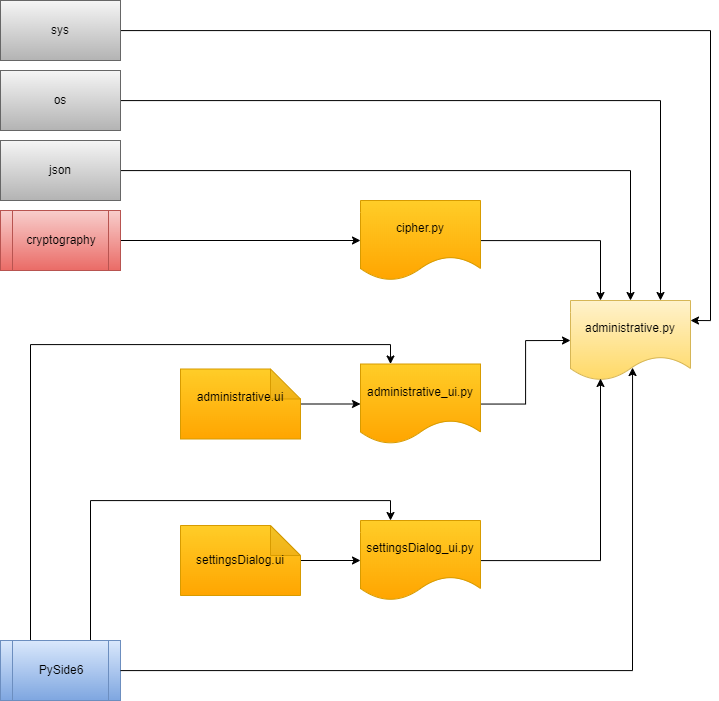
Earlier version of the draw.io export docs/pictures/Riippuvuudet-Moduulit.drawio.png (katalav/Autolainaus). Source tidied: cells renumbered, new cells last; positions are measured from the earlier drawing's top-left corner, leaving out a move shared by most shapes. The source it was exported from:
```xml
<mxGraphModel>
  <root>
    <mxCell id="0" />
    <mxCell id="1" parent="0" />
    <mxCell id="2" style="edgeStyle=orthogonalEdgeStyle;rounded=0;jettySize=auto;html=1;entryX=0;entryY=0.5;entryDx=0;entryDy=0;" parent="1" edge="1" source="3" target="12">
      <mxGeometry relative="1" as="geometry" />
    </mxCell>
    <mxCell id="3" value="cryptography" style="shape=process;whiteSpace=wrap;html=1;backgroundOutline=1;fillColor=#f8cecc;gradientColor=#ea6b66;strokeColor=#b85450;" parent="1" vertex="1">
      <mxGeometry y="210" width="120" height="60" as="geometry" />
    </mxCell>
    <mxCell id="4" style="edgeStyle=orthogonalEdgeStyle;rounded=0;jettySize=auto;html=1;entryX=0.5;entryY=0;entryDx=0;entryDy=0;" parent="1" edge="1" source="5" target="6">
      <mxGeometry relative="1" as="geometry" />
    </mxCell>
    <mxCell id="5" value="json" style="rounded=0;whiteSpace=wrap;html=1;fillColor=#f5f5f5;gradientColor=#b3b3b3;strokeColor=#666666;" parent="1" vertex="1">
      <mxGeometry y="140" width="120" height="60" as="geometry" />
    </mxCell>
    <mxCell id="6" value="administrative.py" style="shape=document;whiteSpace=wrap;html=1;boundedLbl=1;fillColor=#fff2cc;strokeColor=#d6b656;gradientColor=#ffd966;" parent="1" vertex="1">
      <mxGeometry x="570" y="300" width="120" height="80" as="geometry" />
    </mxCell>
    <mxCell id="7" style="edgeStyle=orthogonalEdgeStyle;rounded=0;jettySize=auto;html=1;entryX=0;entryY=0.5;entryDx=0;entryDy=0;" parent="1" edge="1" source="8" target="6">
      <mxGeometry relative="1" as="geometry" />
    </mxCell>
    <mxCell id="8" value="administrative_ui.py" style="shape=document;whiteSpace=wrap;html=1;boundedLbl=1;fillColor=#ffcd28;strokeColor=#d79b00;gradientColor=#ffa500;" parent="1" vertex="1">
      <mxGeometry x="360" y="363.5" width="120" height="80" as="geometry" />
    </mxCell>
    <mxCell id="9" style="edgeStyle=orthogonalEdgeStyle;rounded=0;jettySize=auto;html=1;entryX=0;entryY=0.5;entryDx=0;entryDy=0;" parent="1" edge="1" source="10" target="8">
      <mxGeometry relative="1" as="geometry" />
    </mxCell>
    <mxCell id="10" value="administrative.ui&lt;div&gt;&lt;br&gt;&lt;/div&gt;" style="shape=note;whiteSpace=wrap;html=1;backgroundOutline=1;darkOpacity=0.05;fillColor=#ffcd28;gradientColor=#ffa500;strokeColor=#d79b00;" parent="1" vertex="1">
      <mxGeometry x="180" y="368.5" width="120" height="70" as="geometry" />
    </mxCell>
    <mxCell id="11" style="edgeStyle=orthogonalEdgeStyle;rounded=0;jettySize=auto;html=1;entryX=0.25;entryY=0;entryDx=0;entryDy=0;" parent="1" edge="1" source="12" target="6">
      <mxGeometry relative="1" as="geometry" />
    </mxCell>
    <mxCell id="12" value="cipher.py" style="shape=document;whiteSpace=wrap;html=1;boundedLbl=1;fillColor=#ffcd28;strokeColor=#d79b00;gradientColor=#ffa500;" parent="1" vertex="1">
      <mxGeometry x="360" y="200" width="120" height="80" as="geometry" />
    </mxCell>
    <mxCell id="13" style="edgeStyle=orthogonalEdgeStyle;rounded=0;jettySize=auto;html=1;entryX=0;entryY=0.5;entryDx=0;entryDy=0;" parent="1" edge="1" source="14" target="24">
      <mxGeometry relative="1" as="geometry" />
    </mxCell>
    <mxCell id="14" value="settingsDialog.ui" style="shape=note;whiteSpace=wrap;html=1;backgroundOutline=1;darkOpacity=0.05;fillColor=#ffcd28;gradientColor=#ffa500;strokeColor=#d79b00;" parent="1" vertex="1">
      <mxGeometry x="180" y="525" width="120" height="70" as="geometry" />
    </mxCell>
    <mxCell id="15" style="edgeStyle=orthogonalEdgeStyle;rounded=0;jettySize=auto;html=1;entryX=0.25;entryY=0.975;entryDx=0;entryDy=0;entryPerimeter=0;" parent="1" edge="1" source="24" target="6">
      <mxGeometry relative="1" as="geometry" />
    </mxCell>
    <mxCell id="16" style="edgeStyle=orthogonalEdgeStyle;rounded=0;jettySize=auto;html=1;entryX=0.75;entryY=0;entryDx=0;entryDy=0;" parent="1" edge="1" source="17" target="6">
      <mxGeometry relative="1" as="geometry" />
    </mxCell>
    <mxCell id="17" value="os" style="rounded=0;whiteSpace=wrap;html=1;fillColor=#f5f5f5;gradientColor=#b3b3b3;strokeColor=#666666;" parent="1" vertex="1">
      <mxGeometry y="70" width="120" height="60" as="geometry" />
    </mxCell>
    <mxCell id="18" style="edgeStyle=orthogonalEdgeStyle;rounded=0;jettySize=auto;html=1;entryX=1;entryY=0.25;entryDx=0;entryDy=0;" parent="1" edge="1" source="19" target="6">
      <mxGeometry relative="1" as="geometry" />
    </mxCell>
    <mxCell id="19" value="sys" style="rounded=0;whiteSpace=wrap;html=1;fillColor=#f5f5f5;gradientColor=#b3b3b3;strokeColor=#666666;" parent="1" vertex="1">
      <mxGeometry width="120" height="60" as="geometry" />
    </mxCell>
    <mxCell id="20" style="edgeStyle=orthogonalEdgeStyle;rounded=0;jettySize=auto;html=1;entryX=0.25;entryY=0;entryDx=0;entryDy=0;" parent="1" edge="1" source="22" target="8">
      <mxGeometry relative="1" as="geometry">
        <Array as="points">
          <mxPoint x="30" y="344" />
          <mxPoint x="390" y="344" />
        </Array>
      </mxGeometry>
    </mxCell>
    <mxCell id="21" style="edgeStyle=orthogonalEdgeStyle;rounded=0;jettySize=auto;html=1;entryX=0.25;entryY=0;entryDx=0;entryDy=0;" parent="1" edge="1" source="22" target="24">
      <mxGeometry relative="1" as="geometry">
        <Array as="points">
          <mxPoint x="90" y="500" />
          <mxPoint x="390" y="500" />
        </Array>
      </mxGeometry>
    </mxCell>
    <mxCell id="22" value="PySide6" style="shape=process;whiteSpace=wrap;html=1;backgroundOutline=1;fillColor=#dae8fc;gradientColor=#7ea6e0;strokeColor=#6c8ebf;" parent="1" vertex="1">
      <mxGeometry y="640" width="120" height="60" as="geometry" />
    </mxCell>
    <mxCell id="23" style="edgeStyle=orthogonalEdgeStyle;rounded=0;jettySize=auto;html=1;entryX=0.517;entryY=0.838;entryDx=0;entryDy=0;entryPerimeter=0;" parent="1" edge="1" source="22" target="6">
      <mxGeometry relative="1" as="geometry" />
    </mxCell>
    <mxCell id="24" value="settingsDialog_ui.py" style="shape=document;whiteSpace=wrap;html=1;boundedLbl=1;fillColor=#ffcd28;strokeColor=#d79b00;gradientColor=#ffa500;" parent="1" vertex="1">
      <mxGeometry x="360" y="520" width="120" height="80" as="geometry" />
    </mxCell>
  </root>
</mxGraphModel>
```
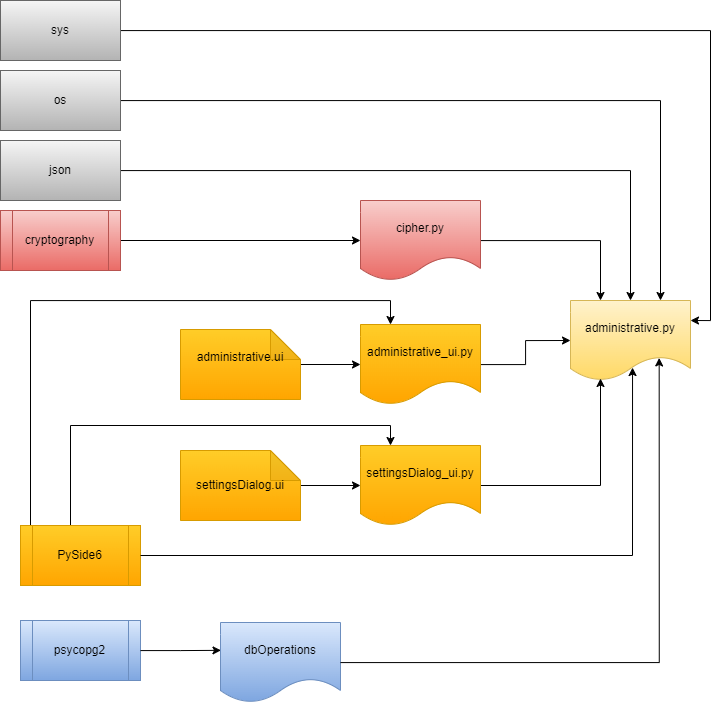
After the change.

Commit message:
Lisätty tietokanta moduulit kuvaan

Diff of the diagram source:
```diff
@@ -21,65 +21,77 @@
       <mxGeometry relative="1" as="geometry" />
     </mxCell>
     <mxCell id="8" value="administrative_ui.py" style="shape=document;whiteSpace=wrap;html=1;boundedLbl=1;fillColor=#ffcd28;strokeColor=#d79b00;gradientColor=#ffa500;" parent="1" vertex="1">
-      <mxGeometry x="360" y="363.5" width="120" height="80" as="geometry" />
+      <mxGeometry x="360" y="324" width="120" height="80" as="geometry" />
     </mxCell>
     <mxCell id="9" style="edgeStyle=orthogonalEdgeStyle;rounded=0;jettySize=auto;html=1;entryX=0;entryY=0.5;entryDx=0;entryDy=0;" parent="1" edge="1" source="10" target="8">
       <mxGeometry relative="1" as="geometry" />
     </mxCell>
     <mxCell id="10" value="administrative.ui&lt;div&gt;&lt;br&gt;&lt;/div&gt;" style="shape=note;whiteSpace=wrap;html=1;backgroundOutline=1;darkOpacity=0.05;fillColor=#ffcd28;gradientColor=#ffa500;strokeColor=#d79b00;" parent="1" vertex="1">
-      <mxGeometry x="180" y="368.5" width="120" height="70" as="geometry" />
+      <mxGeometry x="180" y="329" width="120" height="70" as="geometry" />
     </mxCell>
     <mxCell id="11" style="edgeStyle=orthogonalEdgeStyle;rounded=0;jettySize=auto;html=1;entryX=0.25;entryY=0;entryDx=0;entryDy=0;" parent="1" edge="1" source="12" target="6">
       <mxGeometry relative="1" as="geometry" />
     </mxCell>
-    <mxCell id="12" value="cipher.py" style="shape=document;whiteSpace=wrap;html=1;boundedLbl=1;fillColor=#ffcd28;strokeColor=#d79b00;gradientColor=#ffa500;" parent="1" vertex="1">
+    <mxCell id="12" value="cipher.py" style="shape=document;whiteSpace=wrap;html=1;boundedLbl=1;fillColor=#f8cecc;strokeColor=#b85450;gradientColor=#ea6b66;" parent="1" vertex="1">
       <mxGeometry x="360" y="200" width="120" height="80" as="geometry" />
     </mxCell>
-    <mxCell id="13" style="edgeStyle=orthogonalEdgeStyle;rounded=0;jettySize=auto;html=1;entryX=0;entryY=0.5;entryDx=0;entryDy=0;" parent="1" edge="1" source="14" target="24">
+    <mxCell id="13" style="edgeStyle=orthogonalEdgeStyle;rounded=0;jettySize=auto;html=1;entryX=0;entryY=0.5;entryDx=0;entryDy=0;" parent="1" edge="1" source="24" target="23">
       <mxGeometry relative="1" as="geometry" />
     </mxCell>
-    <mxCell id="14" value="settingsDialog.ui" style="shape=note;whiteSpace=wrap;html=1;backgroundOutline=1;darkOpacity=0.05;fillColor=#ffcd28;gradientColor=#ffa500;strokeColor=#d79b00;" parent="1" vertex="1">
-      <mxGeometry x="180" y="525" width="120" height="70" as="geometry" />
+    <mxCell id="14" style="edgeStyle=orthogonalEdgeStyle;rounded=0;jettySize=auto;html=1;entryX=0.25;entryY=0.975;entryDx=0;entryDy=0;entryPerimeter=0;" parent="1" edge="1" source="23" target="6">
+      <mxGeometry relative="1" as="geometry" />
     </mxCell>
-    <mxCell id="15" style="edgeStyle=orthogonalEdgeStyle;rounded=0;jettySize=auto;html=1;entryX=0.25;entryY=0.975;entryDx=0;entryDy=0;entryPerimeter=0;" parent="1" edge="1" source="24" target="6">
+    <mxCell id="15" style="edgeStyle=orthogonalEdgeStyle;rounded=0;jettySize=auto;html=1;entryX=0.75;entryY=0;entryDx=0;entryDy=0;" parent="1" edge="1" source="16" target="6">
       <mxGeometry relative="1" as="geometry" />
     </mxCell>
-    <mxCell id="16" style="edgeStyle=orthogonalEdgeStyle;rounded=0;jettySize=auto;html=1;entryX=0.75;entryY=0;entryDx=0;entryDy=0;" parent="1" edge="1" source="17" target="6">
-      <mxGeometry relative="1" as="geometry" />
+    <mxCell id="16" value="os" style="rounded=0;whiteSpace=wrap;html=1;fillColor=#f5f5f5;gradientColor=#b3b3b3;strokeColor=#666666;" parent="1" vertex="1">
+      <mxGeometry y="70" width="120" height="60" as="geometry" />
     </mxCell>
-    <mxCell id="17" value="os" style="rounded=0;whiteSpace=wrap;html=1;fillColor=#f5f5f5;gradientColor=#b3b3b3;strokeColor=#666666;" parent="1" vertex="1">
-      <mxGeometry y="70" width="120" height="60" as="geometry" />
+    <mxCell id="17" style="edgeStyle=orthogonalEdgeStyle;rounded=0;jettySize=auto;html=1;entryX=1;entryY=0.25;entryDx=0;entryDy=0;" parent="1" edge="1" source="18" target="6">
+      <mxGeometry relative="1" as="geometry" />
     </mxCell>
-    <mxCell id="18" style="edgeStyle=orthogonalEdgeStyle;rounded=0;jettySize=auto;html=1;entryX=1;entryY=0.25;entryDx=0;entryDy=0;" parent="1" edge="1" source="19" target="6">
-      <mxGeometry relative="1" as="geometry" />
+    <mxCell id="18" value="sys" style="rounded=0;whiteSpace=wrap;html=1;fillColor=#f5f5f5;gradientColor=#b3b3b3;strokeColor=#666666;" parent="1" vertex="1">
+      <mxGeometry width="120" height="60" as="geometry" />
     </mxCell>
-    <mxCell id="19" value="sys" style="rounded=0;whiteSpace=wrap;html=1;fillColor=#f5f5f5;gradientColor=#b3b3b3;strokeColor=#666666;" parent="1" vertex="1">
-      <mxGeometry width="120" height="60" as="geometry" />
+    <mxCell id="19" style="edgeStyle=orthogonalEdgeStyle;rounded=0;jettySize=auto;html=1;entryX=0.25;entryY=0;entryDx=0;entryDy=0;" parent="1" edge="1" source="21" target="8">
+      <mxGeometry relative="1" as="geometry">
+        <Array as="points">
+          <mxPoint x="30" y="300" />
+          <mxPoint x="390" y="300" />
+        </Array>
+      </mxGeometry>
     </mxCell>
-    <mxCell id="20" style="edgeStyle=orthogonalEdgeStyle;rounded=0;jettySize=auto;html=1;entryX=0.25;entryY=0;entryDx=0;entryDy=0;" parent="1" edge="1" source="22" target="8">
+    <mxCell id="20" style="edgeStyle=orthogonalEdgeStyle;rounded=0;jettySize=auto;html=1;entryX=0.25;entryY=0;entryDx=0;entryDy=0;" parent="1" edge="1" source="21" target="23">
       <mxGeometry relative="1" as="geometry">
         <Array as="points">
-          <mxPoint x="30" y="344" />
-          <mxPoint x="390" y="344" />
+          <mxPoint x="70" y="425" />
+          <mxPoint x="390" y="425" />
         </Array>
       </mxGeometry>
     </mxCell>
-    <mxCell id="21" style="edgeStyle=orthogonalEdgeStyle;rounded=0;jettySize=auto;html=1;entryX=0.25;entryY=0;entryDx=0;entryDy=0;" parent="1" edge="1" source="22" target="24">
-      <mxGeometry relative="1" as="geometry">
-        <Array as="points">
-          <mxPoint x="90" y="500" />
-          <mxPoint x="390" y="500" />
-        </Array>
-      </mxGeometry>
+    <mxCell id="21" value="PySide6" style="shape=process;whiteSpace=wrap;html=1;backgroundOutline=1;fillColor=#ffcd28;gradientColor=#ffa500;strokeColor=#d79b00;" parent="1" vertex="1">
+      <mxGeometry x="20" y="525" width="120" height="60" as="geometry" />
     </mxCell>
-    <mxCell id="22" value="PySide6" style="shape=process;whiteSpace=wrap;html=1;backgroundOutline=1;fillColor=#dae8fc;gradientColor=#7ea6e0;strokeColor=#6c8ebf;" parent="1" vertex="1">
-      <mxGeometry y="640" width="120" height="60" as="geometry" />
+    <mxCell id="22" style="edgeStyle=orthogonalEdgeStyle;rounded=0;jettySize=auto;html=1;entryX=0.517;entryY=0.838;entryDx=0;entryDy=0;entryPerimeter=0;" parent="1" edge="1" source="21" target="6">
+      <mxGeometry relative="1" as="geometry" />
     </mxCell>
-    <mxCell id="23" style="edgeStyle=orthogonalEdgeStyle;rounded=0;jettySize=auto;html=1;entryX=0.517;entryY=0.838;entryDx=0;entryDy=0;entryPerimeter=0;" parent="1" edge="1" source="22" target="6">
-      <mxGeometry relative="1" as="geometry" />
+    <mxCell id="23" value="settingsDialog_ui.py" style="shape=document;whiteSpace=wrap;html=1;boundedLbl=1;fillColor=#ffcd28;strokeColor=#d79b00;gradientColor=#ffa500;" parent="1" vertex="1">
+      <mxGeometry x="360" y="445" width="120" height="80" as="geometry" />
     </mxCell>
-    <mxCell id="24" value="settingsDialog_ui.py" style="shape=document;whiteSpace=wrap;html=1;boundedLbl=1;fillColor=#ffcd28;strokeColor=#d79b00;gradientColor=#ffa500;" parent="1" vertex="1">
-      <mxGeometry x="360" y="520" width="120" height="80" as="geometry" />
+    <mxCell id="24" value="settingsDialog.ui" style="shape=note;whiteSpace=wrap;html=1;backgroundOutline=1;darkOpacity=0.05;fillColor=#ffcd28;gradientColor=#ffa500;strokeColor=#d79b00;" parent="1" vertex="1">
+      <mxGeometry x="180" y="450" width="120" height="70" as="geometry" />
     </mxCell>
+    <mxCell id="25" value="psycopg2" style="shape=process;whiteSpace=wrap;html=1;backgroundOutline=1;fillColor=#dae8fc;gradientColor=#7ea6e0;strokeColor=#6c8ebf;" parent="1" vertex="1">
+      <mxGeometry x="20" y="620" width="120" height="60" as="geometry" />
+    </mxCell>
+    <mxCell id="26" value="dbOperations" style="shape=document;whiteSpace=wrap;html=1;boundedLbl=1;fillColor=#dae8fc;gradientColor=#7ea6e0;strokeColor=#6c8ebf;" parent="1" vertex="1">
+      <mxGeometry x="220" y="622" width="120" height="80" as="geometry" />
+    </mxCell>
+    <mxCell id="27" style="edgeStyle=orthogonalEdgeStyle;rounded=0;jettySize=auto;html=1;entryX=0.004;entryY=0.348;entryDx=0;entryDy=0;entryPerimeter=0;" parent="1" edge="1" source="25" target="26">
+      <mxGeometry relative="1" as="geometry" />
+    </mxCell>
+    <mxCell id="28" style="edgeStyle=orthogonalEdgeStyle;rounded=0;jettySize=auto;html=1;entryX=0.739;entryY=0.718;entryDx=0;entryDy=0;entryPerimeter=0;" parent="1" edge="1" source="26" target="6">
+      <mxGeometry relative="1" as="geometry" />
+    </mxCell>
   </root>
 </mxGraphModel>
```
